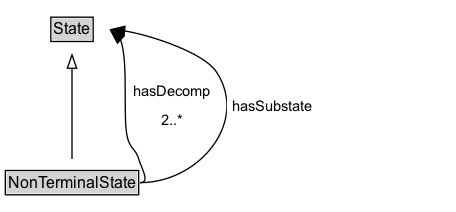
Earlier version of the Graphviz export docs/diagrams/NonTerminalState.dot.png (ISO-TC204/ontology-cdm-p1-v1). Its source is kept beside it as docs/diagrams/NonTerminalState.dot.
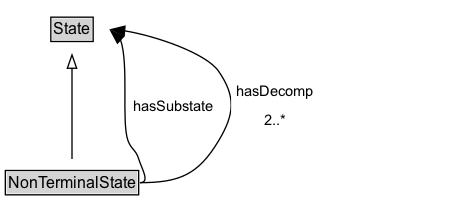
After the change.

Change to the diagram source:
```diff
@@ -16,6 +16,6 @@
 	}
 	NonTerminalState -> State [arrowhead=onormal style=solid]
 	State [label=<<TABLE BORDER="1" CELLBORDER="0" CELLSPACING="0" CELLPADDING="1"><TR><TD BGCOLOR="lightgray" ALIGN="CENTER">State</TD></TR></TABLE>> URL="../State" margin=0]
+	NonTerminalState:e -> State:e [label=<<TABLE BORDER="0" CELLBORDER="0" CELLSPACING="0" CELLPADDING="4" BGCOLOR="white"><TR><TD ALIGN="CENTER">hasSubstate</TD></TR></TABLE>> arrowhead=normal constraint=false style=solid]
 	NonTerminalState:e -> State:e [label=<<TABLE BORDER="0" CELLBORDER="0" CELLSPACING="0" CELLPADDING="4" BGCOLOR="white"><TR><TD ALIGN="CENTER">hasDecomp</TD></TR><TR><TD ALIGN="CENTER">2..*</TD></TR></TABLE>> arrowhead=normal constraint=false style=solid]
-	NonTerminalState:e -> State:e [label=<<TABLE BORDER="0" CELLBORDER="0" CELLSPACING="0" CELLPADDING="4" BGCOLOR="white"><TR><TD ALIGN="CENTER">hasSubstate</TD></TR></TABLE>> arrowhead=normal constraint=false style=solid]
 }
```
